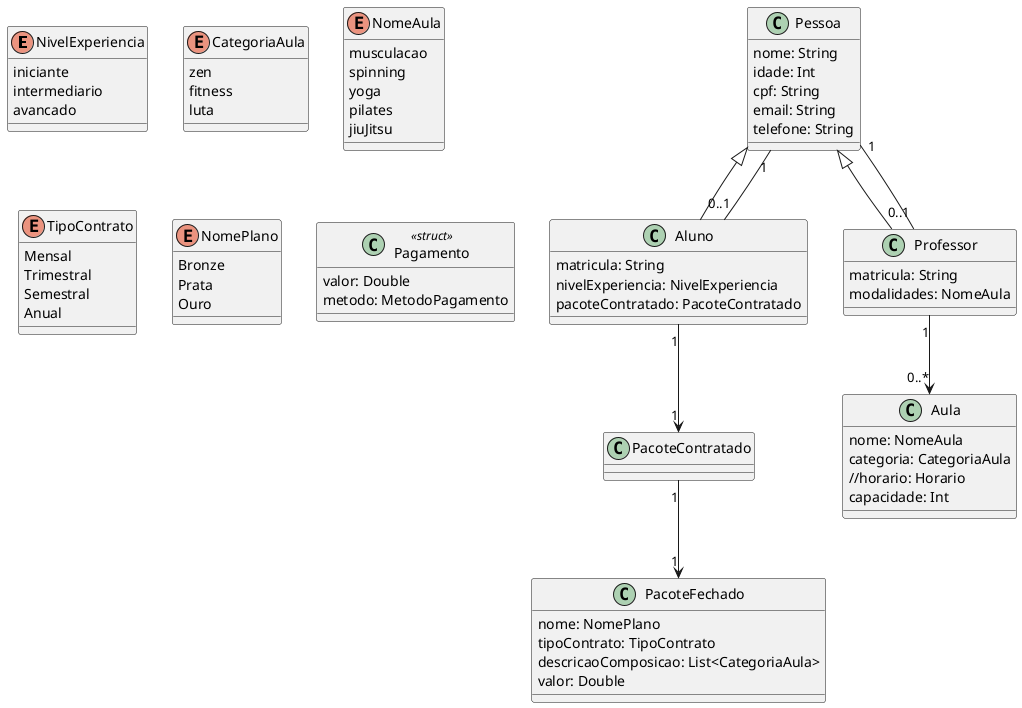
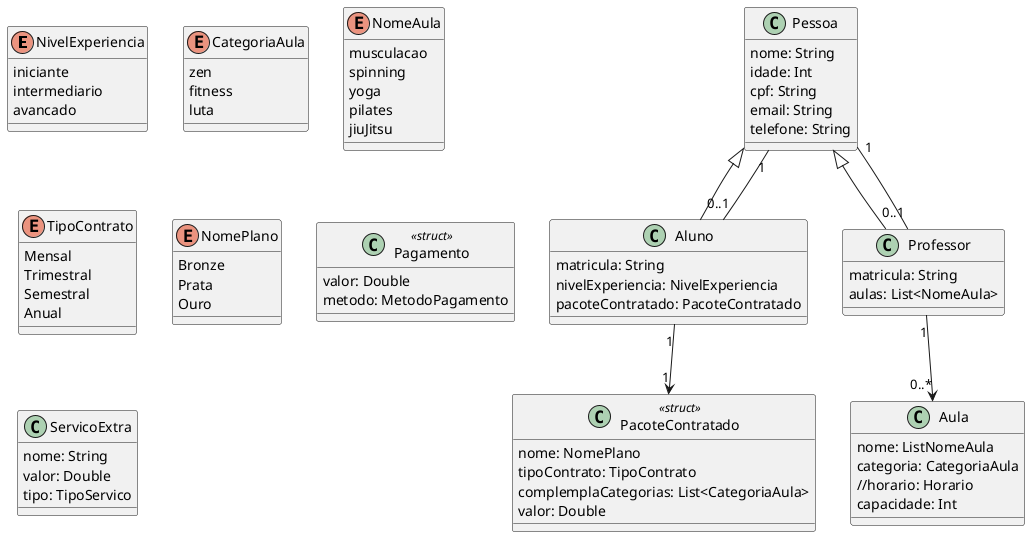
@startuml

' ===== ENUMS =====
enum NivelExperiencia {
  iniciante
  intermediario
  avancado
}

enum CategoriaAula {
    zen
    fitness
    luta
}

enum NomeAula {
  musculacao
  spinning
  yoga
  pilates
  jiuJitsu
}

enum TipoContrato {
  Mensal
  Trimestral
  Semestral
  Anual
}

enum NomePlano{
    Bronze
    Prata
    Ouro
}

' ===== STRUCTS  =====

class Pagamento <<struct>> {
  valor: Double
  metodo: MetodoPagamento
}

+ class PacoteContratado <<struct>> {
+   nome: NomePlano
+   tipoContrato: TipoContrato
+   complemplaCategorias: List<CategoriaAula>
+   valor: Double
+ }
' ===== CLASSES =====
+ 
+ class ServicoExtra {
+   nome: String
+   valor: Double
+   tipo: TipoServico
+ }
+ 
class Aula {
-   nome: NomeAula
+   nome: ListNomeAula
  categoria: CategoriaAula
  //horario: Horario
  capacidade: Int
}

- class PacoteFechado {
-   nome: NomePlano
-   tipoContrato: TipoContrato
-   descricaoComposicao: List<CategoriaAula>
-   valor: Double
- }
+ 

class Pessoa {
  nome: String
  idade: Int
  cpf: String
  email: String
  telefone: String
}

class Aluno extends Pessoa {
  matricula: String
  nivelExperiencia: NivelExperiencia
  pacoteContratado: PacoteContratado
}

class Professor extends Pessoa {
  matricula: String
-   modalidades: NomeAula
+   aulas: List<NomeAula>
}



'class Contrato {
'  dataInicio: Date
'  ativo: Bool
'}

' ===== RELAÇÕES =====
Pessoa "1" -- "0..1" Aluno
Pessoa "1" -- "0..1" Professor

Aluno "1" --> "1" PacoteContratado
- PacoteContratado "1" --> "1" PacoteFechado

Professor "1" --> "0..*" Aula

+ 
+ 
@enduml